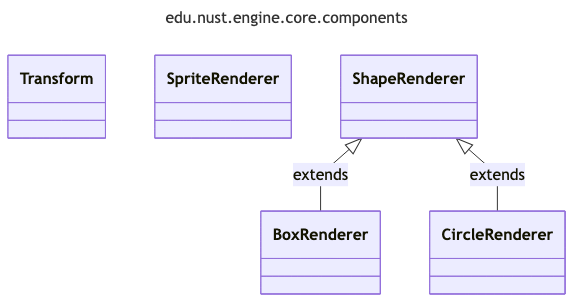
Before: uml/generated/png/package_edu_nust_engine_core_components.png, a diagram exported from Mermaid (zombie-zero-nust/zombie-zero). Its source is kept beside it as uml/generated/mmd/package_edu_nust_engine_core_components.mmd.
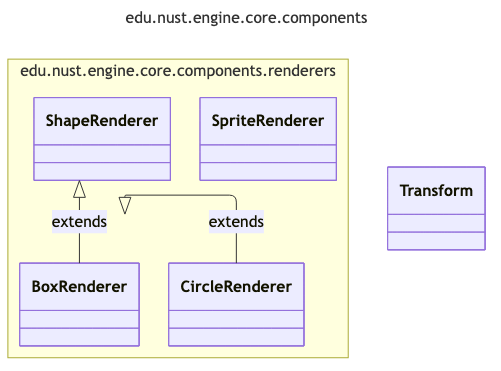
Above is the later version.

Change to the diagram source:
```diff
@@ -2,17 +2,19 @@
 title: edu.nust.engine.core.components
 config:
   look: classic
-  layout: dagre
+  layout: elk
   flowchart:
     curve: linear
   class:
     defaultRenderer: dagre-wrapper
 ---
 classDiagram
-class Transform
-class CircleRenderer
-class BoxRenderer
-class SpriteRenderer
-class ShapeRenderer
+  class Transform
+namespace edu.nust.engine.core.components.renderers {
+  class BoxRenderer
+  class CircleRenderer
+  class SpriteRenderer
+  class ShapeRenderer
+}
 ShapeRenderer <|-- BoxRenderer : extends
 ShapeRenderer <|-- CircleRenderer : extends
```
